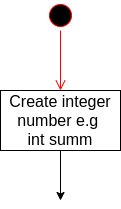
Before: Task/Cycle.png, a diagram exported from draw.io (maxsdrv/GB_Algorithms_homework). Source tidied: cells renumbered, new cells last; positions are measured from the earlier drawing's top-left corner, leaving out a move shared by most shapes. Its diagram source:
```xml
<mxGraphModel background="#ffffff">
  <root>
    <mxCell id="0" />
    <mxCell id="1" parent="0" />
    <mxCell id="2" style="ellipse;html=1;shape=startState;fillColor=#000000;strokeColor=#ff0000;" parent="1" vertex="1">
      <mxGeometry x="45" width="30" height="30" as="geometry" />
    </mxCell>
    <mxCell id="3" style="edgeStyle=orthogonalEdgeStyle;html=1;verticalAlign=bottom;endArrow=open;endSize=8;strokeColor=#ff0000;" parent="1" edge="1" source="2">
      <mxGeometry relative="1" as="geometry">
        <mxPoint x="60" y="90" as="targetPoint" />
      </mxGeometry>
    </mxCell>
    <mxCell id="4" style="edgeStyle=orthogonalEdgeStyle;rounded=0;jettySize=auto;html=1;" parent="1" edge="1" source="5">
      <mxGeometry relative="1" as="geometry">
        <mxPoint x="60" y="200" as="targetPoint" />
      </mxGeometry>
    </mxCell>
    <mxCell id="5" value="&lt;font style=&quot;font-size: 16px&quot;&gt;Create integer number e.g&amp;nbsp;&lt;br&gt;int summ&lt;/font&gt;" style="rounded=0;whiteSpace=wrap;html=1;" parent="1" vertex="1">
      <mxGeometry y="90" width="120" height="60" as="geometry" />
    </mxCell>
  </root>
</mxGraphModel>
```
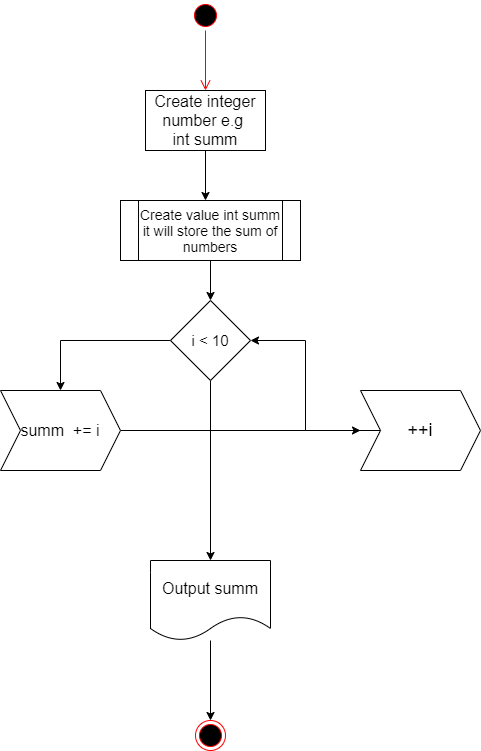
After the change.

Change to the diagram source:
```diff
@@ -18,5 +18,41 @@
     <mxCell id="5" value="&lt;font style=&quot;font-size: 16px&quot;&gt;Create integer number e.g&amp;nbsp;&lt;br&gt;int summ&lt;/font&gt;" style="rounded=0;whiteSpace=wrap;html=1;" parent="1" vertex="1">
       <mxGeometry y="90" width="120" height="60" as="geometry" />
     </mxCell>
+    <mxCell id="6" style="edgeStyle=orthogonalEdgeStyle;rounded=0;jettySize=auto;html=1;entryX=0.5;entryY=0;entryDx=0;entryDy=0;" parent="1" edge="1" source="7" target="10">
+      <mxGeometry relative="1" as="geometry" />
+    </mxCell>
+    <mxCell id="7" value="&lt;font style=&quot;font-size: 14px&quot;&gt;Create value int summ&lt;br&gt;it will store the sum of numbers&lt;br&gt;&lt;/font&gt;" style="shape=process;whiteSpace=wrap;html=1;backgroundOutline=1;" parent="1" vertex="1">
+      <mxGeometry x="-25" y="200" width="180" height="60" as="geometry" />
+    </mxCell>
+    <mxCell id="8" style="edgeStyle=orthogonalEdgeStyle;rounded=0;jettySize=auto;html=1;entryX=0.5;entryY=0;entryDx=0;entryDy=0;" parent="1" edge="1" source="10" target="12">
+      <mxGeometry relative="1" as="geometry" />
+    </mxCell>
+    <mxCell id="9" style="edgeStyle=orthogonalEdgeStyle;rounded=0;jettySize=auto;html=1;entryX=0.5;entryY=0;entryDx=0;entryDy=0;entryPerimeter=0;" parent="1" edge="1" source="10" target="16">
+      <mxGeometry relative="1" as="geometry" />
+    </mxCell>
+    <mxCell id="10" value="&lt;font style=&quot;font-size: 15px&quot;&gt;i &amp;lt; 10&lt;/font&gt;" style="rhombus;whiteSpace=wrap;html=1;" parent="1" vertex="1">
+      <mxGeometry x="25" y="300" width="80" height="80" as="geometry" />
+    </mxCell>
+    <mxCell id="11" style="edgeStyle=orthogonalEdgeStyle;rounded=0;jettySize=auto;html=1;entryX=0;entryY=0.5;entryDx=0;entryDy=0;entryPerimeter=0;" parent="1" edge="1" source="12" target="14">
+      <mxGeometry relative="1" as="geometry" />
+    </mxCell>
+    <mxCell id="12" value="&lt;font style=&quot;font-size: 16px&quot;&gt;summ&amp;nbsp; += i&lt;/font&gt;" style="shape=step;perimeter=stepPerimeter;whiteSpace=wrap;html=1;fixedSize=1;" parent="1" vertex="1">
+      <mxGeometry x="-145" y="390" width="120" height="80" as="geometry" />
+    </mxCell>
+    <mxCell id="13" style="edgeStyle=orthogonalEdgeStyle;rounded=0;jettySize=auto;html=1;entryX=1;entryY=0.5;entryDx=0;entryDy=0;" parent="1" edge="1" source="14" target="10">
+      <mxGeometry relative="1" as="geometry" />
+    </mxCell>
+    <mxCell id="14" value="&lt;font style=&quot;font-size: 18px&quot;&gt;++i&lt;/font&gt;" style="shape=step;perimeter=stepPerimeter;whiteSpace=wrap;html=1;fixedSize=1;" parent="1" vertex="1">
+      <mxGeometry x="215" y="390" width="120" height="80" as="geometry" />
+    </mxCell>
+    <mxCell id="15" style="edgeStyle=orthogonalEdgeStyle;rounded=0;jettySize=auto;html=1;" parent="1" edge="1" source="16" target="17">
+      <mxGeometry relative="1" as="geometry" />
+    </mxCell>
+    <mxCell id="16" value="&lt;font style=&quot;font-size: 16px&quot;&gt;Output summ&lt;/font&gt;" style="shape=document;whiteSpace=wrap;html=1;boundedLbl=1;" parent="1" vertex="1">
+      <mxGeometry x="5" y="560" width="120" height="80" as="geometry" />
+    </mxCell>
+    <mxCell id="17" style="ellipse;html=1;shape=endState;fillColor=#000000;strokeColor=#ff0000;" parent="1" vertex="1">
+      <mxGeometry x="50" y="720" width="30" height="30" as="geometry" />
+    </mxCell>
   </root>
 </mxGraphModel>
```
